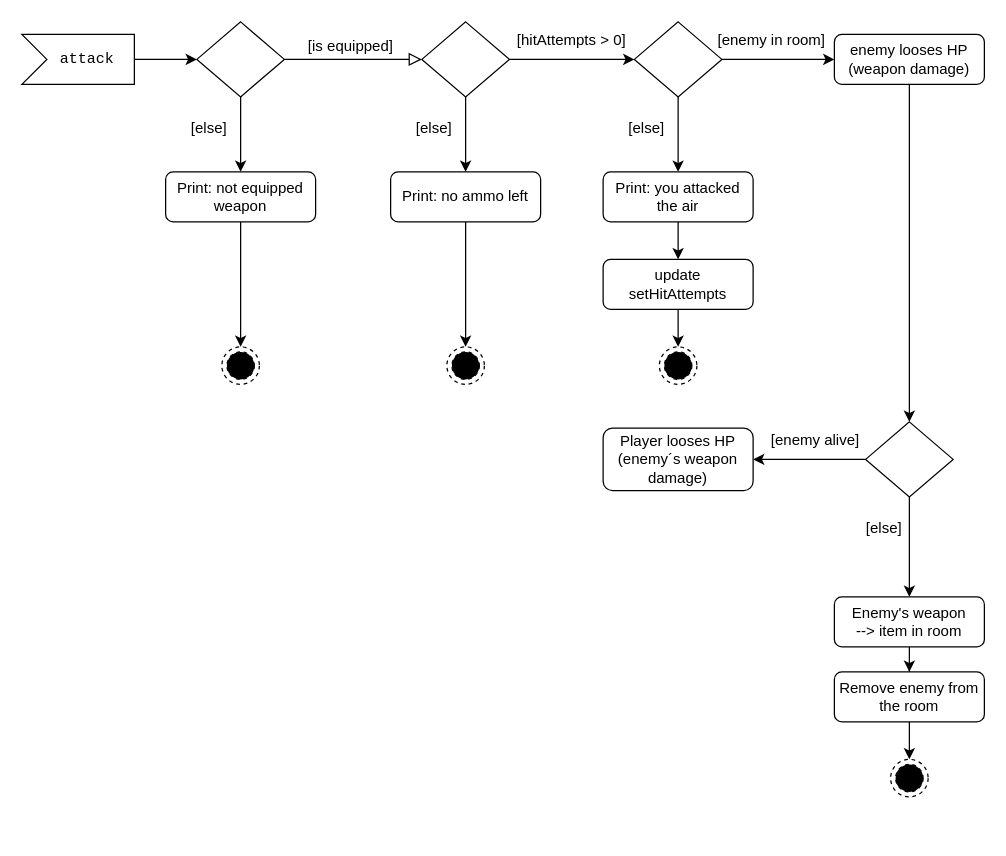
Earlier version of the draw.io diagram Activitydiagram_attack.drawio (tomm8231/adventureGame). Source tidied: cells renumbered, new cells numbered last; positions are measured from the earlier drawing's top-left corner, leaving out a move shared by most shapes. Both pictures are drawn from the tidied source at 125%, with x=0, y=0 at pixel (21, 21).
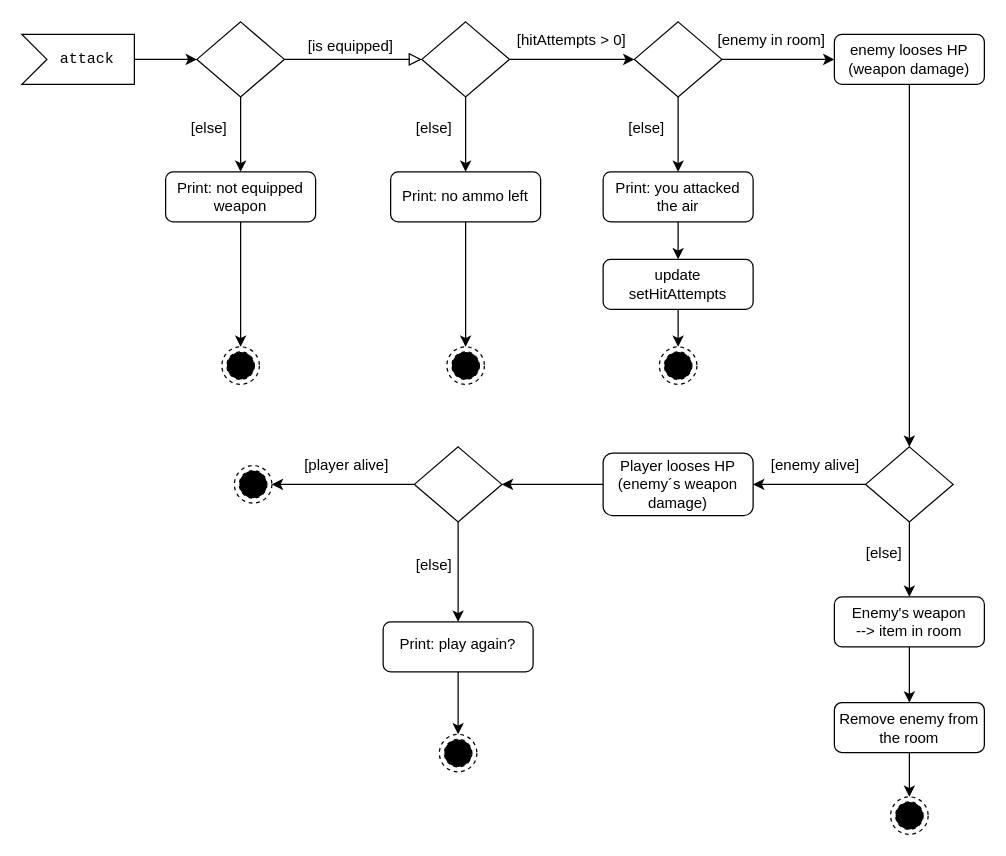
The same diagram, later.

Diff of the diagram source:
```diff
@@
     <mxCell id="34" style="rhombus;whiteSpace=wrap;html=1;shadow=0;fontFamily=Helvetica;fontSize=12;align=center;strokeWidth=1;spacing=6;spacingTop=-4;" parent="1" vertex="1">
-      <mxGeometry x="675" y="320" width="70" height="60" as="geometry" />
+      <mxGeometry x="675" y="340" width="70" height="60" as="geometry" />
     </mxCell>
@@
+    <mxCell id="43" style="edgeStyle=orthogonalEdgeStyle;rounded=0;jettySize=auto;html=1;" parent="1" edge="1" source="37" target="46">
+      <mxGeometry relative="1" as="geometry" />
+    </mxCell>
     <mxCell id="37" value="Player looses HP&lt;br&gt;(enemy´s weapon damage)" style="rounded=1;whiteSpace=wrap;html=1;fontSize=12;glass=0;strokeWidth=1;shadow=0;" parent="1" vertex="1">
-      <mxGeometry x="465" y="325" width="120" height="50" as="geometry" />
+      <mxGeometry x="465" y="345" width="120" height="50" as="geometry" />
     </mxCell>
     <mxCell id="38" value="[enemy alive]" style="text;html=1;strokeColor=none;fillColor=none;align=center;verticalAlign=middle;whiteSpace=wrap;rounded=0;" parent="1" vertex="1">
-      <mxGeometry x="585" y="320" width="100" height="30" as="geometry" />
+      <mxGeometry x="585" y="340" width="100" height="30" as="geometry" />
     </mxCell>
     <mxCell id="39" value="[else]" style="text;html=1;strokeColor=none;fillColor=none;align=center;verticalAlign=middle;whiteSpace=wrap;rounded=0;" parent="1" vertex="1">
-      <mxGeometry x="670" y="390" width="40" height="30" as="geometry" />
+      <mxGeometry x="670" y="410" width="40" height="30" as="geometry" />
     </mxCell>
@@
     <mxCell id="41" value="Remove enemy from the room" style="rounded=1;whiteSpace=wrap;html=1;fontSize=12;glass=0;strokeWidth=1;shadow=0;" parent="1" vertex="1">
-      <mxGeometry x="650" y="520" width="120" height="40" as="geometry" />
+      <mxGeometry x="650" y="544.5" width="120" height="40" as="geometry" />
     </mxCell>
     <mxCell id="42" style="ellipse;html=1;shape=endState;fillColor=#000000;strokeColor=#000000;dashed=1;" parent="1" vertex="1">
-      <mxGeometry x="695" y="590" width="30" height="30" as="geometry" />
+      <mxGeometry x="695" y="620" width="30" height="30" as="geometry" />
     </mxCell>
+    <mxCell id="44" style="edgeStyle=orthogonalEdgeStyle;rounded=0;jettySize=auto;html=1;" parent="1" edge="1" source="46" target="48">
+      <mxGeometry relative="1" as="geometry" />
+    </mxCell>
+    <mxCell id="45" style="edgeStyle=orthogonalEdgeStyle;rounded=0;jettySize=auto;html=1;" parent="1" edge="1" source="46" target="50">
+      <mxGeometry relative="1" as="geometry" />
+    </mxCell>
+    <mxCell id="46" style="rhombus;whiteSpace=wrap;html=1;shadow=0;fontFamily=Helvetica;fontSize=12;align=center;strokeWidth=1;spacing=6;spacingTop=-4;" parent="1" vertex="1">
+      <mxGeometry x="314" y="340" width="70" height="60" as="geometry" />
+    </mxCell>
+    <mxCell id="47" style="edgeStyle=orthogonalEdgeStyle;rounded=0;jettySize=auto;html=1;" parent="1" edge="1" source="48" target="52">
+      <mxGeometry relative="1" as="geometry" />
+    </mxCell>
+    <mxCell id="48" value="Print: play again?" style="rounded=1;whiteSpace=wrap;html=1;shadow=0;strokeWidth=1;spacing=6;spacingTop=-4;" parent="1" vertex="1">
+      <mxGeometry x="289" y="480" width="120" height="40" as="geometry" />
+    </mxCell>
+    <mxCell id="49" value="[player alive]" style="text;html=1;strokeColor=none;fillColor=none;align=center;verticalAlign=middle;whiteSpace=wrap;rounded=0;" parent="1" vertex="1">
+      <mxGeometry x="210" y="340" width="100" height="30" as="geometry" />
+    </mxCell>
+    <mxCell id="50" style="ellipse;html=1;shape=endState;fillColor=#000000;strokeColor=#000000;dashed=1;" parent="1" vertex="1">
+      <mxGeometry x="170" y="355" width="30" height="30" as="geometry" />
+    </mxCell>
+    <mxCell id="51" value="[else]" style="text;html=1;strokeColor=none;fillColor=none;align=center;verticalAlign=middle;whiteSpace=wrap;rounded=0;" parent="1" vertex="1">
+      <mxGeometry x="310" y="420" width="40" height="30" as="geometry" />
+    </mxCell>
+    <mxCell id="52" style="ellipse;html=1;shape=endState;fillColor=#000000;strokeColor=#000000;dashed=1;" parent="1" vertex="1">
+      <mxGeometry x="334" y="570" width="30" height="30" as="geometry" />
+    </mxCell>
```
